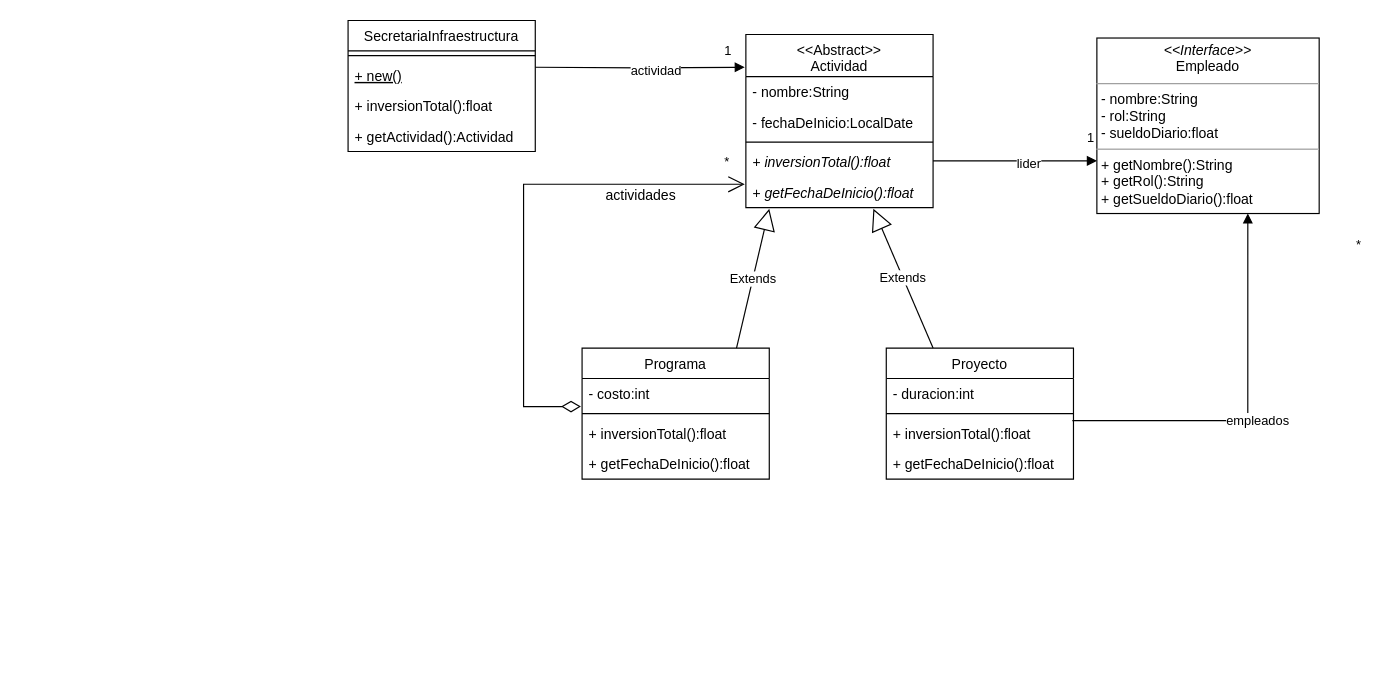
This is unq-po2-1erParcial-2022-Secretarias.drawio from nhubczyk/Diagramas-UML, a draw.io file, before an edit. Source tidied: cells renumbered, new cells numbered last; positions are measured from the earlier drawing's top-left corner, leaving out a move shared by most shapes. Both pictures are drawn from the tidied source at 117%, with x=0, y=0 at pixel (347, 20).
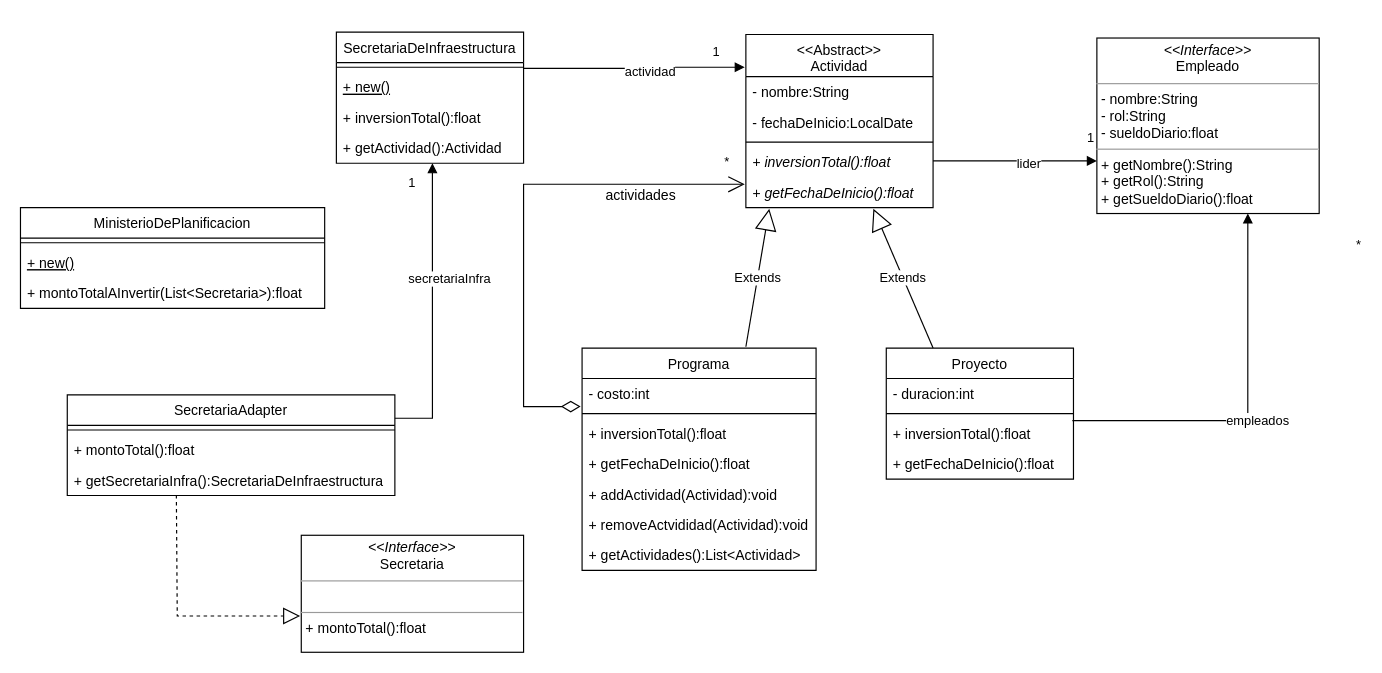
The same diagram, later.

Unchanged cells that the change refers to:
```xml
<mxCell id="15" value="&lt;&lt;Abstract&gt;&gt;&#10;Actividad" style="swimlane;fontStyle=0;align=center;verticalAlign=top;horizontal=1;startSize=36;" parent="1" vertex="1">
  <mxGeometry x="340" y="12" width="160" height="148" as="geometry" />
</mxCell>
<mxCell id="20" value="+ getFechaDeInicio():float" style="text;strokeColor=none;fillColor=none;align=left;verticalAlign=top;spacingLeft=4;spacingRight=4;overflow=hidden;points=[[0,0.5],[1,0.5]];portConstraint=eastwest;fontStyle=2;" parent="15" vertex="1">
  <mxGeometry y="122" width="160" height="26" as="geometry" />
</mxCell>
<mxCell id="28" style="line;strokeWidth=1;fillColor=none;align=left;verticalAlign=middle;spacingTop=-1;spacingLeft=3;spacingRight=3;labelPosition=right;points=[];portConstraint=eastwest;strokeColor=inherit;" parent="27" vertex="1">
  <mxGeometry y="26" width="160" height="8" as="geometry" />
</mxCell>
<mxCell id="31" value="+ getActividad():Actividad" style="text;strokeColor=none;fillColor=none;align=left;verticalAlign=top;spacingLeft=4;spacingRight=4;overflow=hidden;points=[[0,0.5],[1,0.5]];portConstraint=eastwest;" parent="27" vertex="1">
  <mxGeometry y="86" width="160" height="26" as="geometry" />
</mxCell>
```

What changed in the source:
```diff
@@
     <mxCell id="10" value="Programa" style="swimlane;fontStyle=0;align=center;verticalAlign=top;horizontal=1;startSize=26;" parent="1" vertex="1">
-      <mxGeometry x="200" y="280" width="160" height="112" as="geometry" />
+      <mxGeometry x="200" y="280" width="200" height="190" as="geometry" />
     </mxCell>
     <mxCell id="11" value="- costo:int" style="text;strokeColor=none;fillColor=none;align=left;verticalAlign=top;spacingLeft=4;spacingRight=4;overflow=hidden;points=[[0,0.5],[1,0.5]];portConstraint=eastwest;" parent="10" vertex="1">
-      <mxGeometry y="26" width="160" height="26" as="geometry" />
+      <mxGeometry y="26" width="200" height="26" as="geometry" />
     </mxCell>
     <mxCell id="12" style="line;strokeWidth=1;fillColor=none;align=left;verticalAlign=middle;spacingTop=-1;spacingLeft=3;spacingRight=3;labelPosition=right;strokeColor=inherit;" parent="10" vertex="1">
-      <mxGeometry y="52" width="160" height="8" as="geometry" />
+      <mxGeometry y="52" width="200" height="8" as="geometry" />
     </mxCell>
     <mxCell id="13" value="+ inversionTotal():float" style="text;strokeColor=none;fillColor=none;align=left;verticalAlign=top;spacingLeft=4;spacingRight=4;overflow=hidden;fontStyle=0;" parent="10" vertex="1">
-      <mxGeometry y="60" width="160" height="26" as="geometry" />
+      <mxGeometry y="60" width="200" height="26" as="geometry" />
     </mxCell>
     <mxCell id="14" value="+ getFechaDeInicio():float" style="text;strokeColor=none;fillColor=none;align=left;verticalAlign=top;spacingLeft=4;spacingRight=4;overflow=hidden;fontStyle=0;" parent="10" vertex="1">
-      <mxGeometry y="86" width="160" height="26" as="geometry" />
+      <mxGeometry y="86" width="200" height="26" as="geometry" />
     </mxCell>
+    <mxCell id="34" value="+ addActividad(Actividad):void" style="text;strokeColor=none;fillColor=none;align=left;verticalAlign=top;spacingLeft=4;spacingRight=4;overflow=hidden;fontStyle=0;" parent="10" vertex="1">
+      <mxGeometry y="112" width="200" height="26" as="geometry" />
+    </mxCell>
+    <mxCell id="35" value="+ removeActvididad(Actividad):void" style="text;strokeColor=none;fillColor=none;align=left;verticalAlign=top;spacingLeft=4;spacingRight=4;overflow=hidden;fontStyle=0;" parent="10" vertex="1">
+      <mxGeometry y="138" width="200" height="26" as="geometry" />
+    </mxCell>
+    <mxCell id="36" value="+ getActividades():List&lt;Actividad&gt;" style="text;strokeColor=none;fillColor=none;align=left;verticalAlign=top;spacingLeft=4;spacingRight=4;overflow=hidden;fontStyle=0;" parent="10" vertex="1">
+      <mxGeometry y="164" width="200" height="26" as="geometry" />
+    </mxCell>
@@
-    <mxCell id="21" value="Extends" style="endArrow=block;endSize=16;endFill=0;html=1;rounded=0;exitX=0.825;exitY=0;exitDx=0;exitDy=0;exitPerimeter=0;entryX=0.125;entryY=1.038;entryDx=0;entryDy=0;entryPerimeter=0;" parent="1" edge="1" source="10" target="20">
+    <mxCell id="21" value="Extends" style="endArrow=block;endSize=16;endFill=0;html=1;rounded=0;exitX=0.7;exitY=-0.006;exitDx=0;exitDy=0;exitPerimeter=0;entryX=0.125;entryY=1.038;entryDx=0;entryDy=0;entryPerimeter=0;" parent="1" edge="1" source="10" target="20">
       <mxGeometry relative="1" as="geometry" />
     </mxCell>
@@
-    <mxCell id="27" value="SecretariaInfraestructura" style="swimlane;fontStyle=0;align=center;verticalAlign=top;horizontal=1;startSize=26;" parent="1" vertex="1">
-      <mxGeometry width="160" height="112" as="geometry" />
+    <mxCell id="27" value="SecretariaDeInfraestructura" style="swimlane;fontStyle=0;align=center;verticalAlign=top;horizontal=1;startSize=26;" parent="1" vertex="1">
+      <mxGeometry x="-10" y="10" width="160" height="112" as="geometry" />
     </mxCell>
@@
-    <mxCell id="32" value="actividad" style="endArrow=block;endFill=1;html=1;edgeStyle=orthogonalEdgeStyle;align=left;verticalAlign=top;rounded=0;entryX=-0.006;entryY=0.189;entryDx=0;entryDy=0;entryPerimeter=0;" parent="1" edge="1" target="15">
-      <mxGeometry x="-0.11" y="10" relative="1" as="geometry">
-        <mxPoint x="160" y="40" as="sourcePoint" />
-      </mxGeometry>
+    <mxCell id="32" value="actividad" style="endArrow=block;endFill=1;html=1;edgeStyle=orthogonalEdgeStyle;align=left;verticalAlign=top;rounded=0;entryX=-0.006;entryY=0.189;entryDx=0;entryDy=0;entryPerimeter=0;exitX=1;exitY=0.625;exitDx=0;exitDy=0;exitPerimeter=0;" parent="1" edge="1" source="28" target="15">
+      <mxGeometry x="-0.11" y="10" relative="1" as="geometry" />
     </mxCell>
@@
+    <mxCell id="37" value="MinisterioDePlanificacion" style="swimlane;fontStyle=0;align=center;verticalAlign=top;horizontal=1;startSize=26;" parent="1" vertex="1">
+      <mxGeometry x="-280" y="160" width="260" height="86" as="geometry" />
+    </mxCell>
+    <mxCell id="38" style="line;strokeWidth=1;fillColor=none;align=left;verticalAlign=middle;spacingTop=-1;spacingLeft=3;spacingRight=3;labelPosition=right;strokeColor=inherit;" parent="37" vertex="1">
+      <mxGeometry y="26" width="260" height="8" as="geometry" />
+    </mxCell>
+    <mxCell id="39" value="+ new()" style="text;strokeColor=none;fillColor=none;align=left;verticalAlign=top;spacingLeft=4;spacingRight=4;overflow=hidden;fontStyle=4;" parent="37" vertex="1">
+      <mxGeometry y="34" width="260" height="26" as="geometry" />
+    </mxCell>
+    <mxCell id="40" value="+ montoTotalAInvertir(List&lt;Secretaria&gt;):float" style="text;strokeColor=none;fillColor=none;align=left;verticalAlign=top;spacingLeft=4;spacingRight=4;overflow=hidden;" parent="37" vertex="1">
+      <mxGeometry y="60" width="260" height="26" as="geometry" />
+    </mxCell>
+    <mxCell id="41" value="&lt;p style=&quot;margin:0px;margin-top:4px;text-align:center;&quot;&gt;&lt;i&gt;&amp;lt;&amp;lt;Interface&amp;gt;&amp;gt;&lt;/i&gt;&lt;br&gt;Secretaria&lt;/p&gt;&lt;hr size=&quot;1&quot;&gt;&lt;p style=&quot;margin:0px;margin-left:4px;&quot;&gt;&lt;br&gt;&lt;/p&gt;&lt;hr size=&quot;1&quot;&gt;&lt;p style=&quot;margin:0px;margin-left:4px;&quot;&gt;+ montoTotal():float&lt;/p&gt;" style="verticalAlign=top;align=left;overflow=fill;fontSize=12;fontFamily=Helvetica;html=1;" parent="1" vertex="1">
+      <mxGeometry x="-40" y="440" width="190" height="100" as="geometry" />
+    </mxCell>
+    <mxCell id="42" value="SecretariaAdapter" style="swimlane;fontStyle=0;align=center;verticalAlign=top;horizontal=1;startSize=26;" parent="1" vertex="1">
+      <mxGeometry x="-240" y="320" width="280" height="86" as="geometry" />
+    </mxCell>
+    <mxCell id="43" style="line;strokeWidth=1;fillColor=none;align=left;verticalAlign=middle;spacingTop=-1;spacingLeft=3;spacingRight=3;labelPosition=right;strokeColor=inherit;" parent="42" vertex="1">
+      <mxGeometry y="26" width="280" height="8" as="geometry" />
+    </mxCell>
+    <mxCell id="44" value="+ montoTotal():float" style="text;strokeColor=none;fillColor=none;align=left;verticalAlign=top;spacingLeft=4;spacingRight=4;overflow=hidden;" parent="42" vertex="1">
+      <mxGeometry y="34" width="280" height="26" as="geometry" />
+    </mxCell>
+    <mxCell id="45" value="+ getSecretariaInfra():SecretariaDeInfraestructura" style="text;strokeColor=none;fillColor=none;align=left;verticalAlign=top;spacingLeft=4;spacingRight=4;overflow=hidden;points=[[0,0.5],[1,0.5]];portConstraint=eastwest;" parent="42" vertex="1">
+      <mxGeometry y="60" width="280" height="26" as="geometry" />
+    </mxCell>
+    <mxCell id="46" value="secretariaInfra" style="endArrow=block;endFill=1;html=1;edgeStyle=orthogonalEdgeStyle;align=left;verticalAlign=top;rounded=0;entryX=0.513;entryY=1;entryDx=0;entryDy=0;entryPerimeter=0;" parent="1" edge="1" target="31">
+      <mxGeometry x="0.31" y="22" relative="1" as="geometry">
+        <mxPoint x="40" y="340" as="sourcePoint" />
+        <Array as="points">
+          <mxPoint x="72" y="340" />
+        </Array>
+      </mxGeometry>
+    </mxCell>
+    <mxCell id="47" value="1" style="edgeLabel;html=1;align=left;verticalAlign=bottom;" parent="46" vertex="1">
+      <mxGeometry x="-1" relative="1" as="geometry">
+        <mxPoint x="10" y="-193" as="offset" />
+      </mxGeometry>
+    </mxCell>
+    <mxCell id="48" style="endArrow=block;dashed=1;endFill=0;endSize=12;html=1;rounded=0;exitX=0.333;exitY=0.982;exitDx=0;exitDy=0;exitPerimeter=0;entryX=-0.005;entryY=0.69;entryDx=0;entryDy=0;entryPerimeter=0;" parent="1" edge="1" source="45" target="41">
+      <mxGeometry relative="1" as="geometry">
+        <Array as="points">
+          <mxPoint x="-146" y="509" />
+        </Array>
+      </mxGeometry>
+    </mxCell>
```
